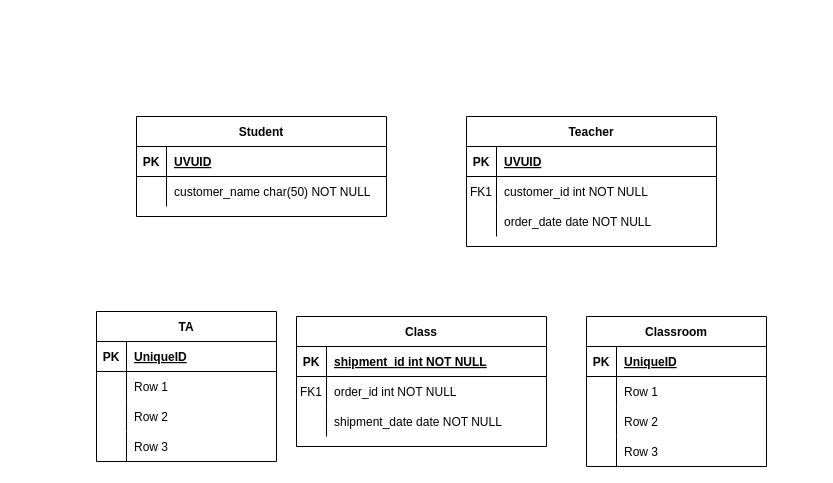
redbrev336/redbrev336 keeps this draw.io diagram as Untitled Diagram.drawio. Above is the earlier version. Source tidied: cells renumbered, new cells numbered last; positions are measured from the earlier drawing's top-left corner, leaving out a move shared by most shapes. Both pictures are drawn from the tidied source at 100%, with x=0, y=0 at pixel (96, 116).
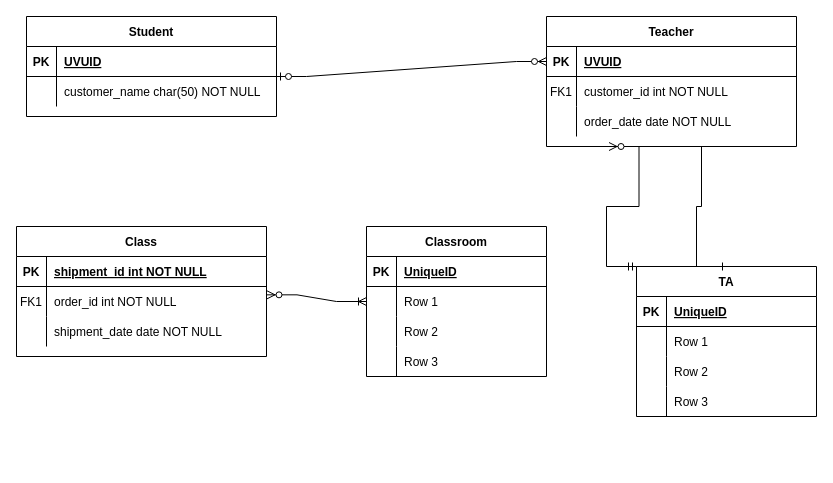
The same page after the edit.

The change refers to these unchanged cells:
```xml
<mxCell id="3" style="shape=partialRectangle;fillColor=none;points=[[0,0.5],[1,0.5]];portConstraint=eastwest;top=0;left=0;right=0;bottom=1;" parent="2" vertex="1">
  <mxGeometry y="30" width="250" height="30" as="geometry" />
</mxCell>
<mxCell id="16" style="shape=partialRectangle;fillColor=none;points=[[0,0.5],[1,0.5]];portConstraint=eastwest;top=0;left=0;right=0;bottom=0;" parent="12" vertex="1">
  <mxGeometry y="60" width="250" height="30" as="geometry" />
</mxCell>
<mxCell id="46" style="shape=tableRow;horizontal=0;startSize=0;swimlaneHead=0;swimlaneBody=0;fillColor=none;points=[[0,0.5],[1,0.5]];portConstraint=eastwest;top=0;left=0;right=0;bottom=0;" parent="42" vertex="1">
  <mxGeometry y="60" width="180" height="30" as="geometry" />
</mxCell>
```

Change to the diagram source:
```diff
@@
     <mxCell id="2" value="Teacher" style="shape=table;startSize=30;childLayout=tableLayout;rowLines=0;fontStyle=1;align=center;" parent="1" vertex="1">
-      <mxGeometry x="370" width="250" height="130" as="geometry" />
+      <mxGeometry x="450" y="-100" width="250" height="130" as="geometry" />
     </mxCell>
@@
     <mxCell id="12" value="Class" style="shape=table;startSize=30;childLayout=tableLayout;rowLines=0;fontStyle=1;align=center;" parent="1" vertex="1">
-      <mxGeometry x="200" y="200" width="250" height="130" as="geometry" />
+      <mxGeometry x="-80" y="110" width="250" height="130" as="geometry" />
     </mxCell>
@@
     <mxCell id="22" value="Student" style="shape=table;startSize=30;childLayout=tableLayout;rowLines=0;fontStyle=1;align=center;" parent="1" vertex="1">
-      <mxGeometry x="40" width="250" height="100" as="geometry" />
+      <mxGeometry x="-70" y="-100" width="250" height="100" as="geometry" />
     </mxCell>
@@
     <mxCell id="29" value="TA" style="shape=table;startSize=30;childLayout=tableLayout;rowLines=0;fontStyle=1;align=center;" parent="1" vertex="1">
-      <mxGeometry y="195" width="180" height="150" as="geometry" />
+      <mxGeometry x="540" y="150" width="180" height="150" as="geometry" />
     </mxCell>
@@
     <mxCell id="42" value="Classroom" style="shape=table;startSize=30;childLayout=tableLayout;rowLines=0;fontStyle=1;align=center;" parent="1" vertex="1">
-      <mxGeometry x="490" y="200" width="180" height="150" as="geometry" />
+      <mxGeometry x="270" y="110" width="180" height="150" as="geometry" />
     </mxCell>
@@
+    <mxCell id="55" style="edgeStyle=entityRelationEdgeStyle;fontSize=12;html=1;endArrow=ERzeroToMany;startArrow=ERzeroToOne;rounded=0;entryX=0;entryY=0.5;entryDx=0;entryDy=0;" parent="1" edge="1" target="3">
+      <mxGeometry relative="1" as="geometry">
+        <mxPoint x="180" y="-40" as="sourcePoint" />
+      </mxGeometry>
+    </mxCell>
+    <mxCell id="56" style="edgeStyle=entityRelationEdgeStyle;fontSize=12;html=1;endArrow=ERone;endFill=1;rounded=0;exitX=0.5;exitY=1;exitDx=0;exitDy=0;entryX=0.5;entryY=0;entryDx=0;entryDy=0;" parent="1" edge="1" source="2" target="29">
+      <mxGeometry relative="1" as="geometry" />
+    </mxCell>
+    <mxCell id="57" style="edgeStyle=entityRelationEdgeStyle;fontSize=12;html=1;endArrow=ERzeroToMany;startArrow=ERmandOne;rounded=0;entryX=0.25;entryY=1;entryDx=0;entryDy=0;exitX=0;exitY=0;exitDx=0;exitDy=0;" parent="1" edge="1" source="29" target="2">
+      <mxGeometry relative="1" as="geometry" />
+    </mxCell>
+    <mxCell id="58" style="edgeStyle=entityRelationEdgeStyle;fontSize=12;html=1;endArrow=ERoneToMany;startArrow=ERzeroToMany;rounded=0;exitX=1.002;exitY=0.278;exitDx=0;exitDy=0;exitPerimeter=0;entryX=0;entryY=0.5;entryDx=0;entryDy=0;" parent="1" edge="1" source="16" target="46">
+      <mxGeometry relative="1" as="geometry" />
+    </mxCell>
```
